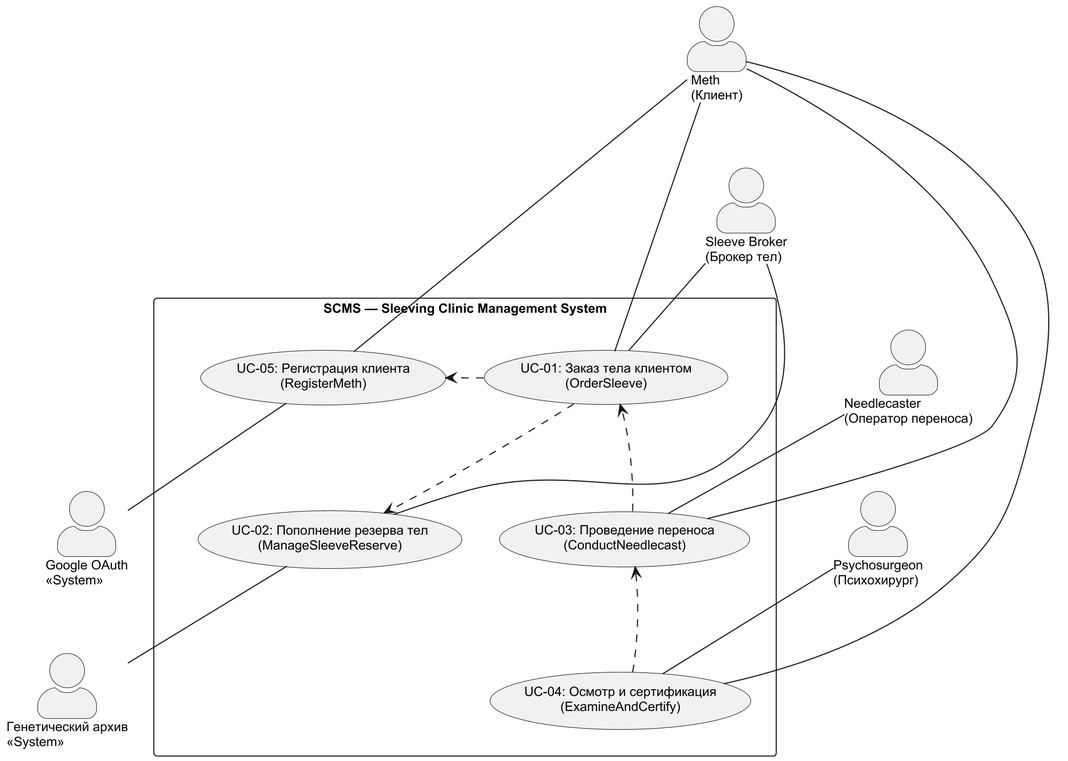
ErnandesDaniel/modified-carbon keeps this PlantUML diagram as use-case-diagrams/uc00-Overview.png. Above is the earlier version.
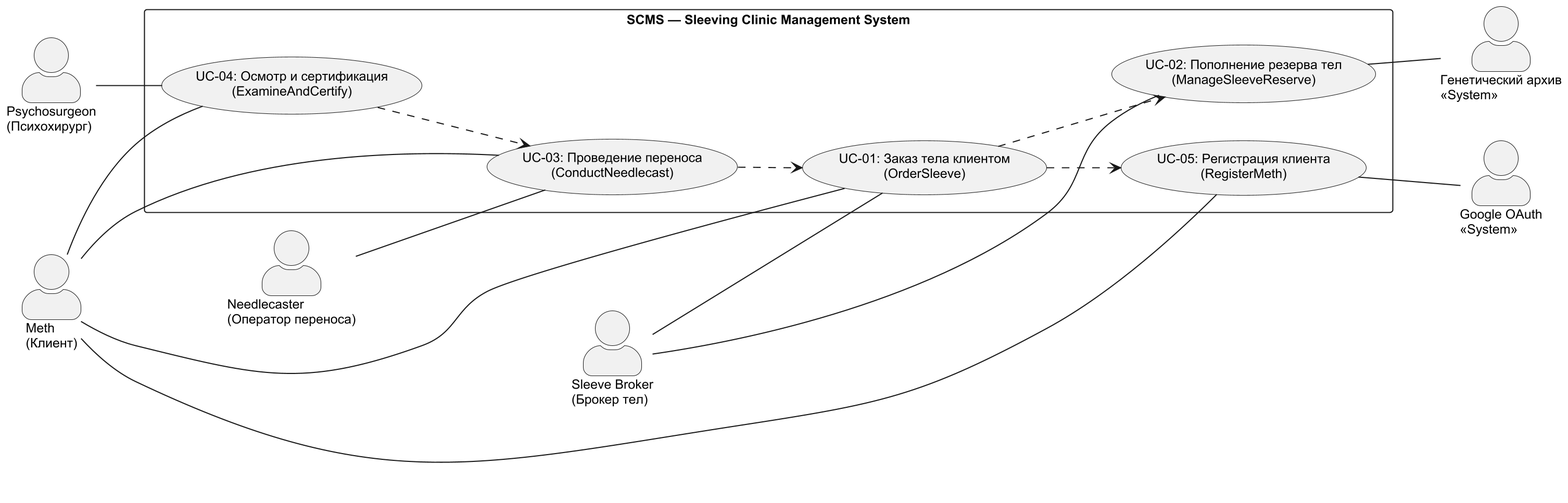
The same file after the commit.

Commit message:
правки общей диаграммы

Diff of the diagram source:
```diff
@@ -5,46 +5,28 @@
 skinparam defaultFontName Arial
 skinparam defaultFontSize 12
 
+left to right direction
+
 actor "Meth\n(Клиент)" as METH
 actor "Sleeve Broker\n(Брокер тел)" as BROKER
 actor "Needlecaster\n(Оператор переноса)" as NC
 actor "Psychosurgeon\n(Психохирург)" as PSY
 
-METH -[hidden]down-> BROKER
-BROKER -[hidden]down-> NC
-NC -[hidden]down-> PSY
-
 actor "Google OAuth\n<<System>>" as GOOGLE
 actor "Генетический архив\n<<System>>" as GA
 
-GOOGLE -[hidden]down-> GA
-
 rectangle "SCMS — Sleeving Clinic Management System" as SCMS {
-
-  together {
-    usecase "UC-05: Регистрация клиента\n(RegisterMeth)" as UC05
-    usecase "UC-02: Пополнение резерва тел\n(ManageSleeveReserve)" as UC02
-  }
-
+  usecase "UC-05: Регистрация клиента\n(RegisterMeth)" as UC05
+  usecase "UC-02: Пополнение резерва тел\n(ManageSleeveReserve)" as UC02
   usecase "UC-01: Заказ тела клиентом\n(OrderSleeve)" as UC01
   usecase "UC-03: Проведение переноса\n(ConductNeedlecast)" as UC03
   usecase "UC-04: Осмотр и сертификация\n(ExamineAndCertify)" as UC04
-
-  UC05 -[hidden]down-> UC02
-
-  UC05 -[hidden]right-> UC01
-  UC02 -[hidden]right-> UC01
-  UC01 -[hidden]right-> UC03
-  UC03 -[hidden]right-> UC04
 
   UC01 ..> UC05
   UC01 ..> UC02
   UC03 ..> UC01
   UC04 ..> UC03
 }
-
-METH -[hidden]right-> SCMS
-SCMS -[hidden]right-> GOOGLE
 
 METH -- UC05
 METH -- UC01
```
